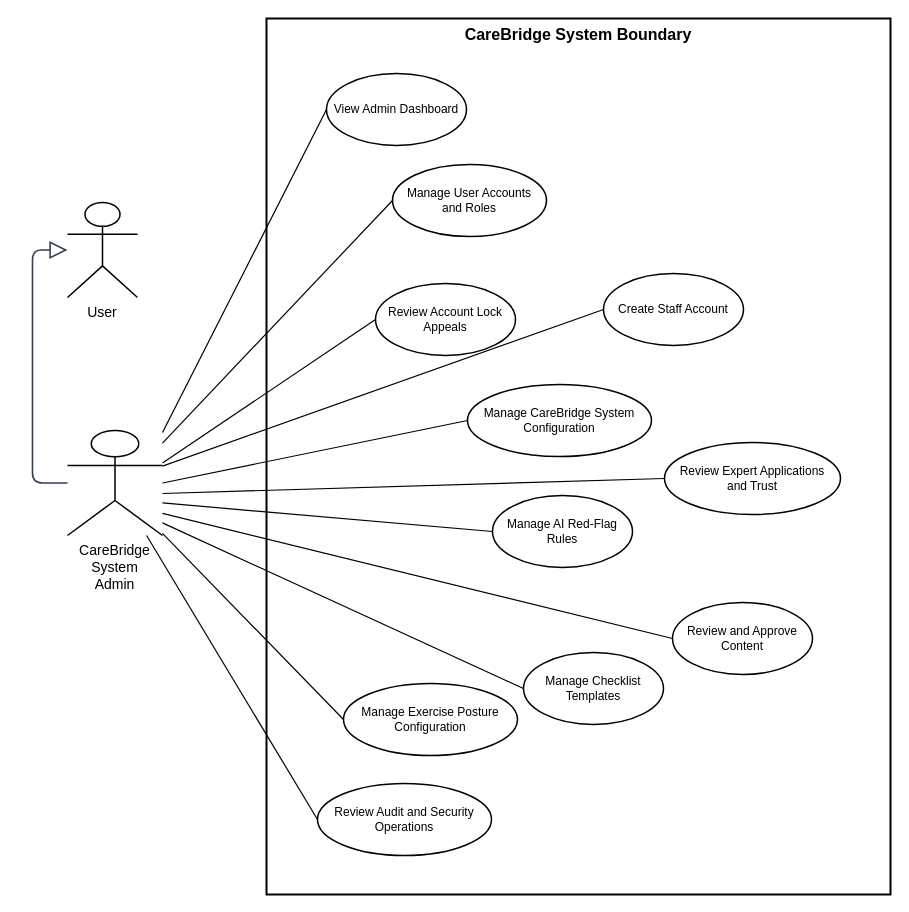
ChuongBDHE172784/CareBridge_SEP490_G79 keeps this draw.io diagram as page "D-05. Use Case Diagram for CareBridge System Admin" (5 of 7) of 02_Requirements/UseCase/CareBridge_Use_Case_Diagrams.drawio. Above is the earlier version. Source tidied: cells renumbered, new cells numbered last; positions are measured from the earlier drawing's top-left corner, leaving out a move shared by most shapes. Both pictures are drawn from the tidied source at 100%, with x=0, y=0 at pixel (32, 18).
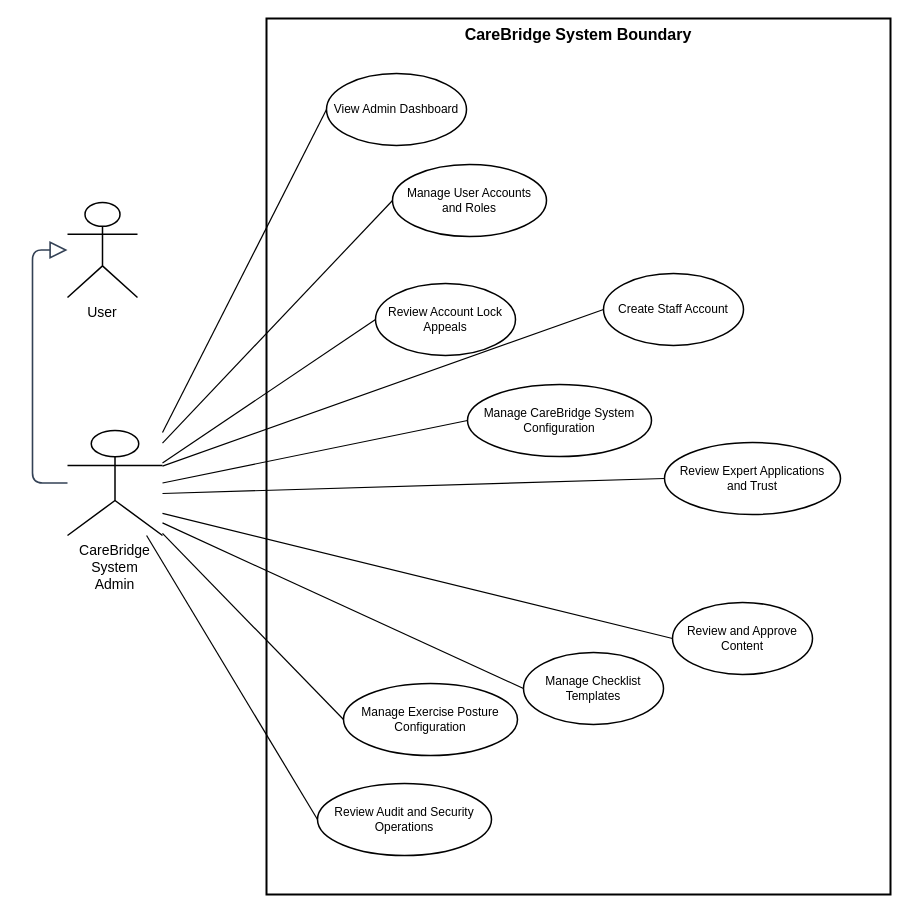
Above is the later version.

Unchanged cells that the change refers to:
```xml
<mxCell id="2" value="CareBridge System Boundary" style="rounded=0;whiteSpace=wrap;html=1;fillColor=none;strokeColor=#000000;strokeWidth=2;verticalAlign=top;align=center;fontSize=16;fontStyle=1;fontColor=#000000;expandable=0;" parent="1" vertex="1">
  <mxGeometry x="234" width="624" height="876" as="geometry" />
</mxCell>
<mxCell id="14" value="CareBridge&lt;br/&gt;System&lt;br/&gt;Admin" style="shape=umlActor;verticalLabelPosition=bottom;verticalAlign=top;html=1;outlineConnect=0;whiteSpace=wrap;fillColor=none;strokeColor=#000000;strokeWidth=1.5;fontColor=#000000;fontSize=14;fontStyle=0;labelPosition=center;align=center;fontFamily=Arial;" parent="1" vertex="1">
  <mxGeometry x="35" y="412" width="95" height="105" as="geometry" />
</mxCell>
```

Change to the diagram source:
```diff
@@
-    <mxCell id="10" value="Manage AI Red-Flag Rules" style="ellipse;whiteSpace=wrap;html=1;fillColor=#ffffff;strokeColor=#000000;strokeWidth=1.5;fontSize=12;fontColor=#000000;align=center;verticalAlign=middle;fontFamily=Arial;spacing=8;" parent="2" vertex="1">
-      <mxGeometry x="226" y="477" width="140" height="72" as="geometry" />
-    </mxCell>
@@
-    <mxCell id="22" style="html=1;rounded=0;endArrow=none;strokeColor=#000000;strokeWidth=1.2;exitX=1;exitY=0.69;exitDx=0;exitDy=0;entryX=0;entryY=0.5;entryDx=0;entryDy=0;" parent="1" edge="1" source="14" target="10">
-      <mxGeometry relative="1" as="geometry" />
-    </mxCell>
```
